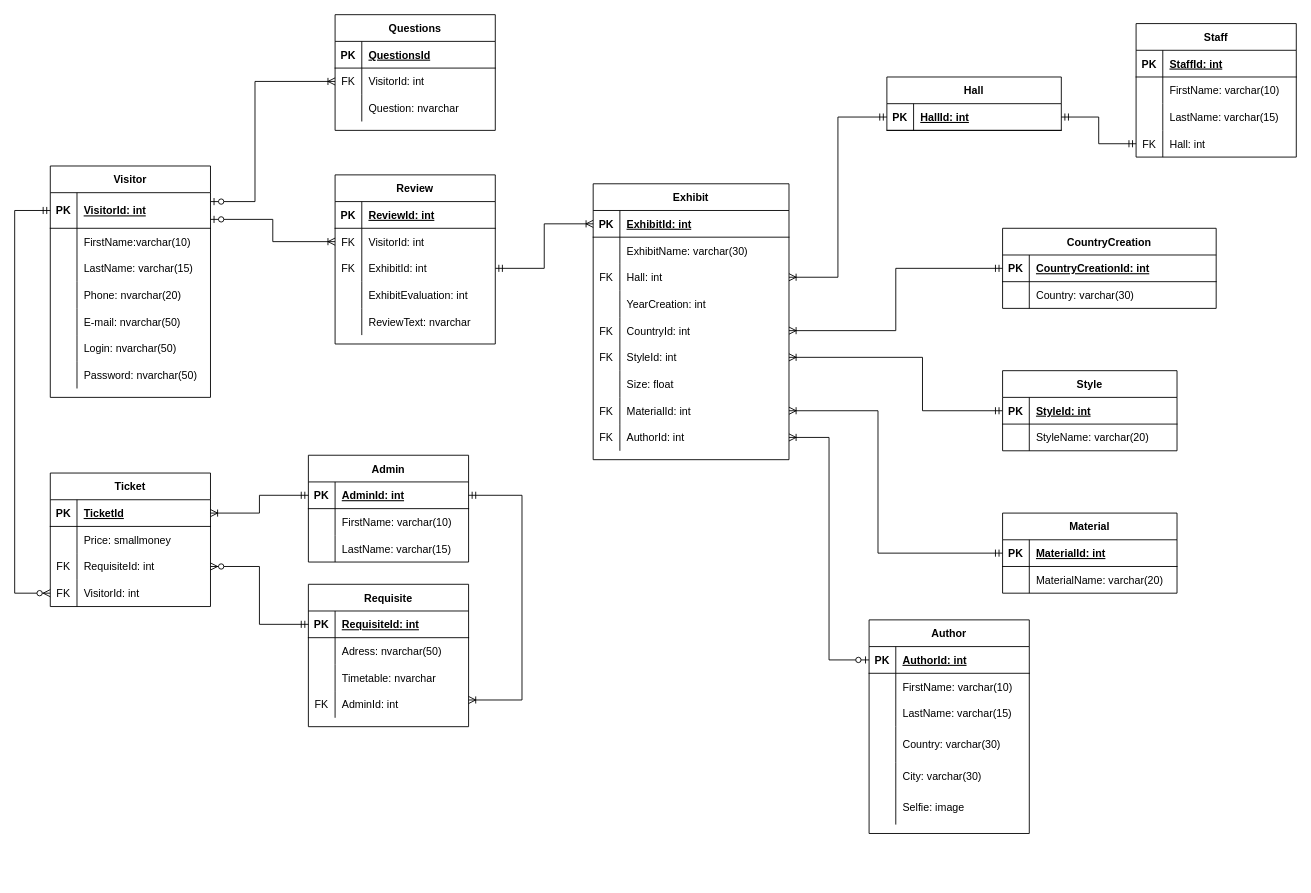
The draw.io diagram Diagrams/ER.drawio in OlgaMats/-, before the edit. Source tidied: cells renumbered, new cells numbered last; positions are measured from the earlier drawing's top-left corner, leaving out a move shared by most shapes. Both pictures are drawn from the tidied source at 89%, with x=0, y=0 at pixel (14, 14).
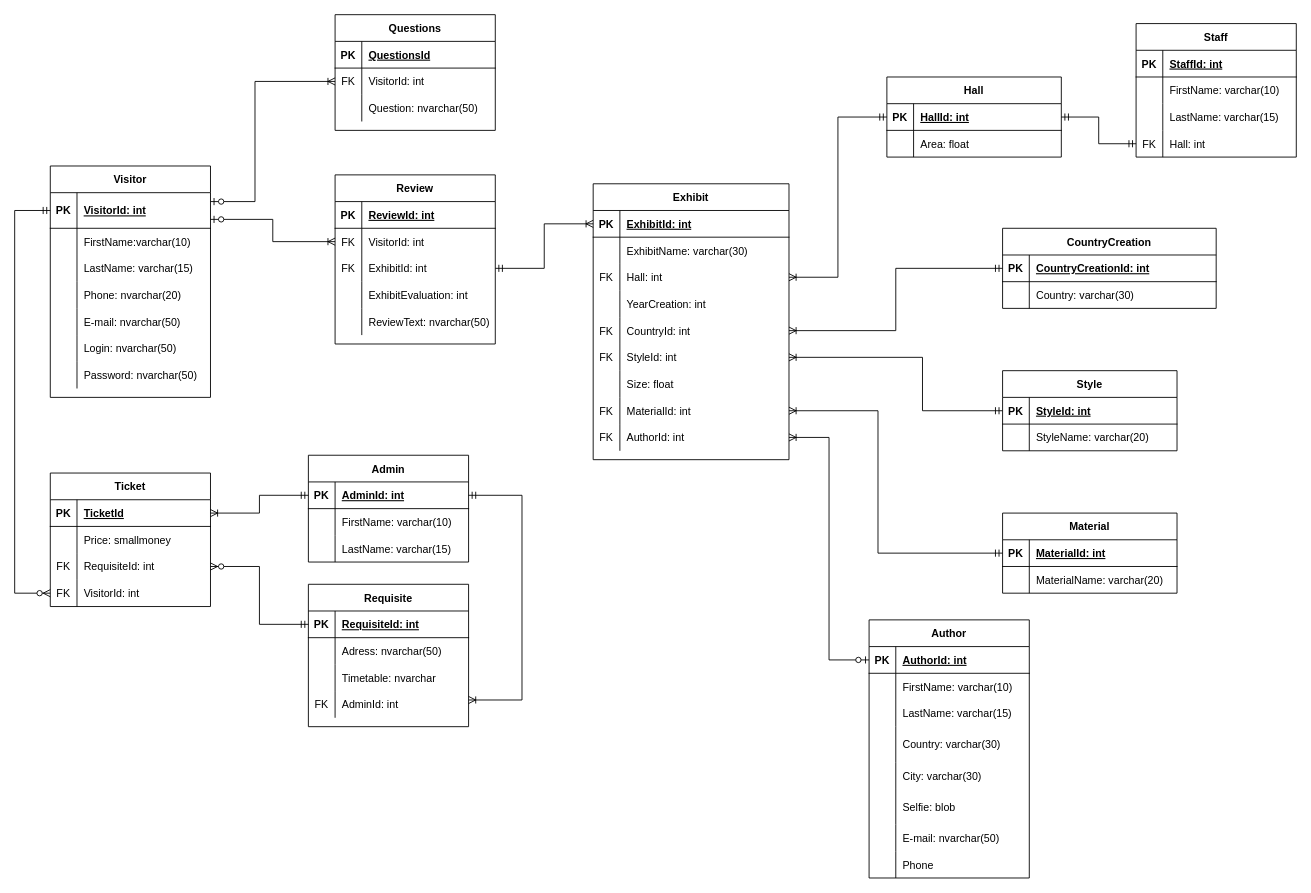
After the change.

The change refers to these unchanged cells:
```xml
<mxCell id="37" style="shape=partialRectangle;fillColor=none;top=0;left=0;bottom=0;right=0;" parent="24" vertex="1">
  <mxGeometry y="150" width="180" height="30" as="geometry" />
</mxCell>
<mxCell id="134" style="shape=partialRectangle;fillColor=none;top=0;left=0;bottom=0;right=0;" parent="118" vertex="1">
  <mxGeometry y="190" width="180" height="40" as="geometry" />
</mxCell>
<mxCell id="150" style="shape=partialRectangle;fillColor=none;top=0;left=0;bottom=0;right=0;" parent="143" vertex="1">
  <mxGeometry y="90" width="180" height="30" as="geometry" />
</mxCell>
```

Diff of the diagram source:
```diff
@@
-    <mxCell id="39" value="ReviewText: nvarchar" style="shape=partialRectangle;fillColor=none;top=0;left=0;bottom=0;right=0;align=left;spacingLeft=6;overflow=hidden;" parent="37" vertex="1">
+    <mxCell id="39" value="ReviewText: nvarchar(50)" style="shape=partialRectangle;fillColor=none;top=0;left=0;bottom=0;right=0;align=left;spacingLeft=6;overflow=hidden;" parent="37" vertex="1">
       <mxGeometry x="30" width="150" height="30" as="geometry" />
     </mxCell>
@@
     <mxCell id="118" value="Author" style="shape=table;startSize=30;childLayout=tableLayout;rowLines=0;fontStyle=1;align=center;" parent="1" vertex="1">
-      <mxGeometry x="960" y="680" width="180" height="240" as="geometry" />
+      <mxGeometry x="960" y="680" width="180" height="290" as="geometry" />
     </mxCell>
@@
-    <mxCell id="136" value="Selfie: image" style="shape=partialRectangle;fillColor=none;top=0;left=0;bottom=0;right=0;align=left;spacingLeft=6;overflow=hidden;" parent="134" vertex="1">
+    <mxCell id="136" value="Selfie: blob" style="shape=partialRectangle;fillColor=none;top=0;left=0;bottom=0;right=0;align=left;spacingLeft=6;overflow=hidden;" parent="134" vertex="1">
       <mxGeometry x="30" width="150" height="40" as="geometry" />
     </mxCell>
+    <mxCell id="184" style="shape=partialRectangle;fillColor=none;top=0;left=0;bottom=0;right=0;" parent="118" vertex="1">
+      <mxGeometry y="230" width="180" height="30" as="geometry" />
+    </mxCell>
+    <mxCell id="185" style="shape=partialRectangle;fillColor=none;top=0;left=0;bottom=0;right=0;overflow=hidden;" parent="184" vertex="1">
+      <mxGeometry width="30" height="30" as="geometry" />
+    </mxCell>
+    <mxCell id="186" value="E-mail: nvarchar(50)" style="shape=partialRectangle;fillColor=none;top=0;left=0;bottom=0;right=0;align=left;spacingLeft=6;overflow=hidden;" parent="184" vertex="1">
+      <mxGeometry x="30" width="150" height="30" as="geometry" />
+    </mxCell>
+    <mxCell id="187" style="shape=partialRectangle;fillColor=none;top=0;left=0;bottom=0;right=0;" parent="118" vertex="1">
+      <mxGeometry y="260" width="180" height="30" as="geometry" />
+    </mxCell>
+    <mxCell id="188" style="shape=partialRectangle;fillColor=none;top=0;left=0;bottom=0;right=0;overflow=hidden;" parent="187" vertex="1">
+      <mxGeometry width="30" height="30" as="geometry" />
+    </mxCell>
+    <mxCell id="189" value="Phone" style="shape=partialRectangle;fillColor=none;top=0;left=0;bottom=0;right=0;align=left;spacingLeft=6;overflow=hidden;" parent="187" vertex="1">
+      <mxGeometry x="30" width="150" height="30" as="geometry" />
+    </mxCell>
@@
-    <mxCell id="152" value="Question: nvarchar" style="shape=partialRectangle;fillColor=none;top=0;left=0;bottom=0;right=0;align=left;spacingLeft=6;overflow=hidden;" parent="150" vertex="1">
+    <mxCell id="152" value="Question: nvarchar(50)" style="shape=partialRectangle;fillColor=none;top=0;left=0;bottom=0;right=0;align=left;spacingLeft=6;overflow=hidden;" parent="150" vertex="1">
       <mxGeometry x="30" width="150" height="30" as="geometry" />
     </mxCell>
@@
     <mxCell id="178" value="Hall" style="shape=table;startSize=30;childLayout=tableLayout;rowLines=0;fontStyle=1;align=center;" parent="1" vertex="1">
-      <mxGeometry x="980" y="70" width="196" height="60" as="geometry" />
+      <mxGeometry x="980" y="70" width="196" height="90" as="geometry" />
     </mxCell>
@@
+    <mxCell id="190" style="shape=partialRectangle;fillColor=none;top=0;left=0;bottom=0;right=0;" parent="178" vertex="1">
+      <mxGeometry y="60" width="196" height="30" as="geometry" />
+    </mxCell>
+    <mxCell id="191" style="shape=partialRectangle;fillColor=none;top=0;left=0;bottom=0;right=0;overflow=hidden;" parent="190" vertex="1">
+      <mxGeometry width="30" height="30" as="geometry" />
+    </mxCell>
+    <mxCell id="192" value="Area: float" style="shape=partialRectangle;fillColor=none;top=0;left=0;bottom=0;right=0;align=left;spacingLeft=6;overflow=hidden;" parent="190" vertex="1">
+      <mxGeometry x="30" width="166" height="30" as="geometry" />
+    </mxCell>
```
